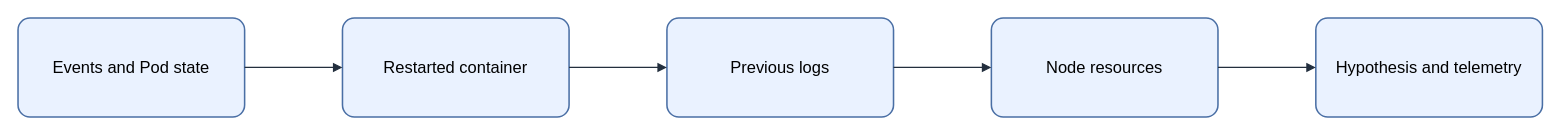
The draw.io diagram assets/img/observability/kubernetes-troubleshooting-flow.drawio in KKamJi98/kkamji98.github.io, before the edit. Source tidied: cells renumbered, new cells numbered last; positions are measured from the earlier drawing's top-left corner, leaving out a move shared by most shapes. Both pictures are drawn from the tidied source at 103%, with x=0, y=0 at pixel (18, 18).
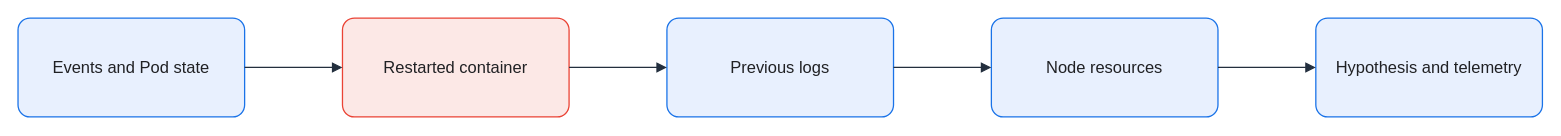
After the change.

What changed in the source:
```diff
@@
 <mxGraphModel background="#FFFFFF">
   <root>
     <mxCell id="0" />
     <mxCell id="1" parent="0" />
-    <mxCell id="2" value="Events and Pod state" style="rounded=1;arcSize=12;whiteSpace=wrap;html=0;fillColor=#EAF2FF;strokeColor=#4A6FA5;strokeWidth=1.5;fontColor=#000000;fontSize=16;align=center;verticalAlign=middle;spacing=8;shadow=0;" parent="1" vertex="1">
+    <mxCell id="2" value="Events and Pod state" style="rounded=1;arcSize=12;whiteSpace=wrap;html=0;fillColor=#E8F0FE;strokeColor=#1A73E8;strokeWidth=1.25;fontColor=#202124;fontSize=16;align=center;verticalAlign=middle;spacing=8;shadow=0;" parent="1" vertex="1">
       <mxGeometry width="220" height="96" as="geometry" />
     </mxCell>
-    <mxCell id="3" value="Restarted container" style="rounded=1;arcSize=12;whiteSpace=wrap;html=0;fillColor=#EAF2FF;strokeColor=#4A6FA5;strokeWidth=1.5;fontColor=#000000;fontSize=16;align=center;verticalAlign=middle;spacing=8;shadow=0;" parent="1" vertex="1">
+    <mxCell id="3" value="Restarted container" style="rounded=1;arcSize=12;whiteSpace=wrap;html=0;fillColor=#FCE8E6;strokeColor=#EA4335;strokeWidth=1.25;fontColor=#202124;fontSize=16;align=center;verticalAlign=middle;spacing=8;shadow=0;" parent="1" vertex="1">
       <mxGeometry x="315" width="220" height="96" as="geometry" />
     </mxCell>
-    <mxCell id="4" value="Previous logs" style="rounded=1;arcSize=12;whiteSpace=wrap;html=0;fillColor=#EAF2FF;strokeColor=#4A6FA5;strokeWidth=1.5;fontColor=#000000;fontSize=16;align=center;verticalAlign=middle;spacing=8;shadow=0;" parent="1" vertex="1">
+    <mxCell id="4" value="Previous logs" style="rounded=1;arcSize=12;whiteSpace=wrap;html=0;fillColor=#E8F0FE;strokeColor=#1A73E8;strokeWidth=1.25;fontColor=#202124;fontSize=16;align=center;verticalAlign=middle;spacing=8;shadow=0;" parent="1" vertex="1">
       <mxGeometry x="630" width="220" height="96" as="geometry" />
     </mxCell>
-    <mxCell id="5" value="Node resources" style="rounded=1;arcSize=12;whiteSpace=wrap;html=0;fillColor=#EAF2FF;strokeColor=#4A6FA5;strokeWidth=1.5;fontColor=#000000;fontSize=16;align=center;verticalAlign=middle;spacing=8;shadow=0;" parent="1" vertex="1">
+    <mxCell id="5" value="Node resources" style="rounded=1;arcSize=12;whiteSpace=wrap;html=0;fillColor=#E8F0FE;strokeColor=#1A73E8;strokeWidth=1.25;fontColor=#202124;fontSize=16;align=center;verticalAlign=middle;spacing=8;shadow=0;" parent="1" vertex="1">
       <mxGeometry x="945" width="220" height="96" as="geometry" />
     </mxCell>
-    <mxCell id="6" value="Hypothesis and telemetry" style="rounded=1;arcSize=12;whiteSpace=wrap;html=0;fillColor=#EAF2FF;strokeColor=#4A6FA5;strokeWidth=1.5;fontColor=#000000;fontSize=16;align=center;verticalAlign=middle;spacing=8;shadow=0;" parent="1" vertex="1">
+    <mxCell id="6" value="Hypothesis and telemetry" style="rounded=1;arcSize=12;whiteSpace=wrap;html=0;fillColor=#E8F0FE;strokeColor=#1A73E8;strokeWidth=1.25;fontColor=#202124;fontSize=16;align=center;verticalAlign=middle;spacing=8;shadow=0;" parent="1" vertex="1">
       <mxGeometry x="1260" width="220" height="96" as="geometry" />
     </mxCell>
-    <mxCell id="7" style="edgeStyle=orthogonalEdgeStyle;rounded=0;jettySize=auto;html=0;endArrow=block;endFill=1;strokeColor=#232F3E;strokeWidth=1.25;fontColor=#000000;labelBackgroundColor=none;exitX=1;exitY=0.5;exitDx=0;exitDy=0;entryX=0;entryY=0.5;entryDx=0;entryDy=0;" parent="1" edge="1" source="2" target="3">
+    <mxCell id="7" style="edgeStyle=orthogonalEdgeStyle;rounded=0;jettySize=auto;html=0;endArrow=block;endFill=1;strokeColor=#232F3E;strokeWidth=1.25;fontColor=#202124;labelBackgroundColor=none;exitX=1;exitY=0.5;exitDx=0;exitDy=0;entryX=0;entryY=0.5;entryDx=0;entryDy=0;endSize=7;" parent="1" edge="1" source="2" target="3">
       <mxGeometry relative="1" as="geometry" />
     </mxCell>
-    <mxCell id="8" style="edgeStyle=orthogonalEdgeStyle;rounded=0;jettySize=auto;html=0;endArrow=block;endFill=1;strokeColor=#232F3E;strokeWidth=1.25;fontColor=#000000;labelBackgroundColor=none;exitX=1;exitY=0.5;exitDx=0;exitDy=0;entryX=0;entryY=0.5;entryDx=0;entryDy=0;" parent="1" edge="1" source="3" target="4">
+    <mxCell id="8" style="edgeStyle=orthogonalEdgeStyle;rounded=0;jettySize=auto;html=0;endArrow=block;endFill=1;strokeColor=#232F3E;strokeWidth=1.25;fontColor=#202124;labelBackgroundColor=none;exitX=1;exitY=0.5;exitDx=0;exitDy=0;entryX=0;entryY=0.5;entryDx=0;entryDy=0;endSize=7;" parent="1" edge="1" source="3" target="4">
       <mxGeometry relative="1" as="geometry" />
     </mxCell>
-    <mxCell id="9" style="edgeStyle=orthogonalEdgeStyle;rounded=0;jettySize=auto;html=0;endArrow=block;endFill=1;strokeColor=#232F3E;strokeWidth=1.25;fontColor=#000000;labelBackgroundColor=none;exitX=1;exitY=0.5;exitDx=0;exitDy=0;entryX=0;entryY=0.5;entryDx=0;entryDy=0;" parent="1" edge="1" source="4" target="5">
+    <mxCell id="9" style="edgeStyle=orthogonalEdgeStyle;rounded=0;jettySize=auto;html=0;endArrow=block;endFill=1;strokeColor=#232F3E;strokeWidth=1.25;fontColor=#202124;labelBackgroundColor=none;exitX=1;exitY=0.5;exitDx=0;exitDy=0;entryX=0;entryY=0.5;entryDx=0;entryDy=0;endSize=7;" parent="1" edge="1" source="4" target="5">
       <mxGeometry relative="1" as="geometry" />
     </mxCell>
-    <mxCell id="10" style="edgeStyle=orthogonalEdgeStyle;rounded=0;jettySize=auto;html=0;endArrow=block;endFill=1;strokeColor=#232F3E;strokeWidth=1.25;fontColor=#000000;labelBackgroundColor=none;exitX=1;exitY=0.5;exitDx=0;exitDy=0;entryX=0;entryY=0.5;entryDx=0;entryDy=0;" parent="1" edge="1" source="5" target="6">
+    <mxCell id="10" style="edgeStyle=orthogonalEdgeStyle;rounded=0;jettySize=auto;html=0;endArrow=block;endFill=1;strokeColor=#232F3E;strokeWidth=1.25;fontColor=#202124;labelBackgroundColor=none;exitX=1;exitY=0.5;exitDx=0;exitDy=0;entryX=0;entryY=0.5;entryDx=0;entryDy=0;endSize=7;" parent="1" edge="1" source="5" target="6">
       <mxGeometry relative="1" as="geometry" />
     </mxCell>
   </root>
 </mxGraphModel>
```
